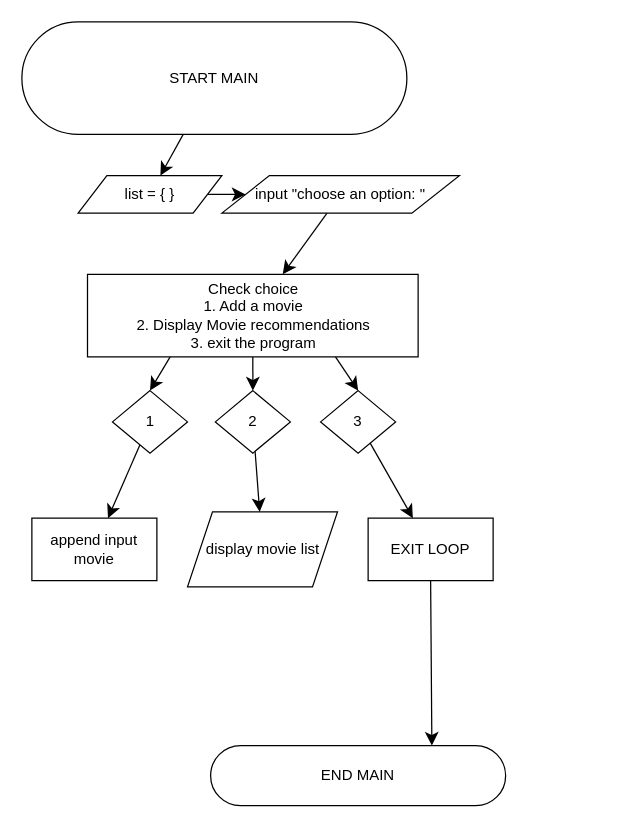
The draw.io diagram doc/weekSeven.drawio in RedjaderCode/redjader, before the edit. Source tidied: cells renumbered, new cells numbered last; positions are measured from the earlier drawing's top-left corner, leaving out a move shared by most shapes. Both pictures are drawn from the tidied source at 125%, with x=0, y=0 at pixel (21, 21).
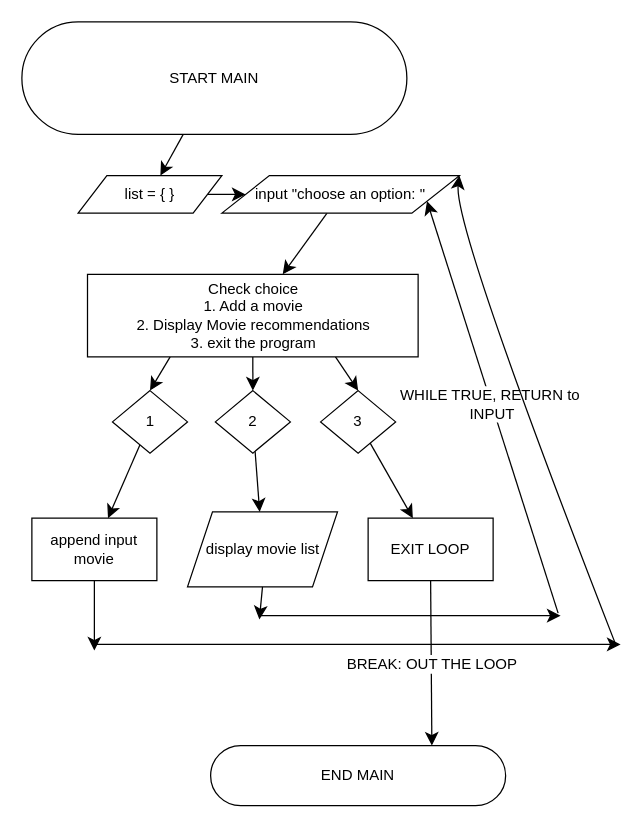
The same diagram, later.

The change refers to these unchanged cells:
```xml
<mxCell id="7" value="input &quot;choose an option: &quot;" style="shape=parallelogram;perimeter=parallelogramPerimeter;whiteSpace=wrap;html=1;dashed=0;" parent="1" vertex="1">
  <mxGeometry x="160" y="123" width="190" height="30" as="geometry" />
</mxCell>
<mxCell id="18" value="display movie list" style="shape=parallelogram;perimeter=parallelogramPerimeter;whiteSpace=wrap;html=1;fixedSize=1;dashed=0;" parent="1" vertex="1">
  <mxGeometry x="132.5" y="392" width="120" height="60" as="geometry" />
</mxCell>
<mxCell id="19" value="append input movie" style="html=1;dashed=0;whiteSpace=wrap;" parent="1" vertex="1">
  <mxGeometry x="8" y="397" width="100" height="50" as="geometry" />
</mxCell>
<mxCell id="22" style="edgeStyle=none;curved=1;rounded=0;jettySize=auto;html=1;exitX=0.5;exitY=1;exitDx=0;exitDy=0;entryX=0.75;entryY=0;entryDx=0;entryDy=0;entryPerimeter=0;fontSize=12;startSize=8;endSize=8;" parent="1" edge="1" source="20" target="21">
  <mxGeometry relative="1" as="geometry" />
</mxCell>
```

Diff of the diagram source:
```diff
@@
+    <mxCell id="23" value="BREAK: OUT THE LOOP" style="edgeLabel;html=1;align=center;verticalAlign=middle;fontSize=12;" parent="22" vertex="1">
+      <mxGeometry x="0.01" relative="1" as="geometry" />
+    </mxCell>
+    <mxCell id="24" style="endArrow=classic;html=1;rounded=0;fontSize=12;startSize=8;endSize=8;curved=1;exitX=0.5;exitY=1;exitDx=0;exitDy=0;" parent="1" edge="1" source="19">
+      <mxGeometry relative="1" as="geometry">
+        <mxPoint x="58" y="503" as="targetPoint" />
+      </mxGeometry>
+    </mxCell>
+    <mxCell id="25" style="endArrow=classic;html=1;rounded=0;fontSize=12;startSize=8;endSize=8;curved=1;" parent="1" edge="1">
+      <mxGeometry relative="1" as="geometry">
+        <mxPoint x="58" y="498" as="sourcePoint" />
+        <mxPoint x="479" y="498" as="targetPoint" />
+      </mxGeometry>
+    </mxCell>
+    <mxCell id="26" style="endArrow=classic;html=1;rounded=0;fontSize=12;startSize=8;endSize=8;curved=1;exitX=0.5;exitY=1;exitDx=0;exitDy=0;" parent="1" edge="1" source="18">
+      <mxGeometry relative="1" as="geometry">
+        <mxPoint x="190" y="478" as="targetPoint" />
+      </mxGeometry>
+    </mxCell>
+    <mxCell id="27" style="endArrow=classic;html=1;rounded=0;fontSize=12;startSize=8;endSize=8;curved=1;" parent="1" edge="1">
+      <mxGeometry relative="1" as="geometry">
+        <mxPoint x="191" y="475" as="sourcePoint" />
+        <mxPoint x="431" y="475" as="targetPoint" />
+      </mxGeometry>
+    </mxCell>
+    <mxCell id="28" style="endArrow=classic;html=1;rounded=0;fontSize=12;startSize=8;endSize=8;curved=1;entryX=1;entryY=0.75;entryDx=0;entryDy=0;" parent="1" edge="1" target="7">
+      <mxGeometry relative="1" as="geometry">
+        <mxPoint x="429" y="473" as="sourcePoint" />
+      </mxGeometry>
+    </mxCell>
+    <mxCell id="29" value="WHILE TRUE, RETURN to&amp;nbsp;&lt;div&gt;INPUT&lt;/div&gt;" style="edgeLabel;html=1;align=center;verticalAlign=middle;fontSize=12;" parent="28" vertex="1">
+      <mxGeometry x="0.02" relative="1" as="geometry" />
+    </mxCell>
+    <mxCell id="30" style="endArrow=classic;html=1;rounded=0;fontSize=12;startSize=8;endSize=8;curved=1;entryX=1;entryY=0;entryDx=0;entryDy=0;" parent="1" edge="1" target="7">
+      <mxGeometry relative="1" as="geometry">
+        <mxPoint x="475" y="498" as="sourcePoint" />
+        <Array as="points">
+          <mxPoint x="345" y="164" />
+        </Array>
+      </mxGeometry>
+    </mxCell>
```
